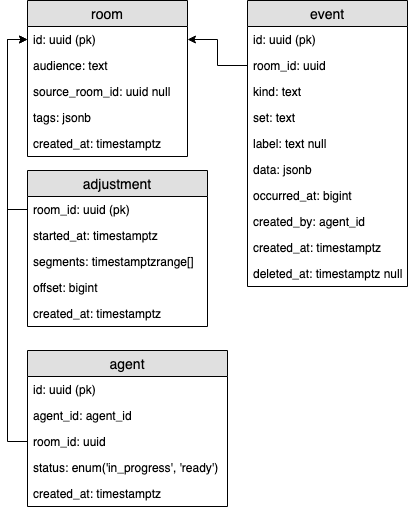
The draw.io diagram docs/src/impl/event.schema.png in foxford/event, before a commit. Source tidied: cells renumbered, new cells last; positions are measured from the earlier drawing's top-left corner, leaving out a move shared by most shapes.
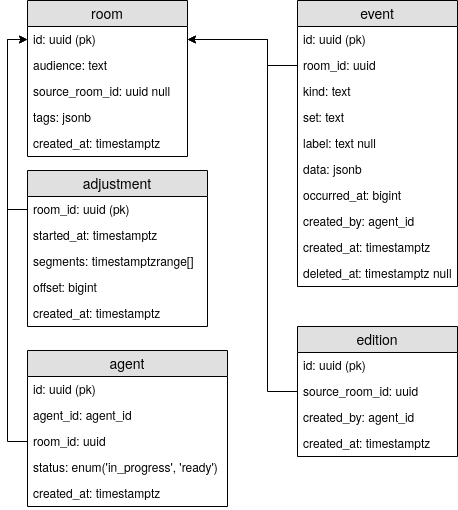
Above is the later version.

Change to the diagram source:
```diff
@@ -57,7 +57,7 @@
       <mxGeometry y="130" width="200" height="26" as="geometry" />
     </mxCell>
     <mxCell id="20" value="event" style="swimlane;fontStyle=0;horizontal=1;startSize=26;fillColor=#e0e0e0;swimlaneFillColor=#ffffff;align=center;fontSize=14;" parent="1" vertex="1">
-      <mxGeometry x="220" width="160" height="286" as="geometry" />
+      <mxGeometry x="270" width="160" height="286" as="geometry" />
     </mxCell>
     <mxCell id="21" value="id: uuid (pk)" style="text;strokeColor=none;fillColor=none;spacingLeft=4;spacingRight=4;overflow=hidden;fontSize=12;" parent="20" vertex="1">
       <mxGeometry y="26" width="160" height="26" as="geometry" />
@@ -96,7 +96,35 @@
       <mxGeometry relative="1" as="geometry" />
     </mxCell>
     <mxCell id="33" style="edgeStyle=orthogonalEdgeStyle;rounded=0;jettySize=auto;html=1;exitX=0;exitY=0.5;exitDx=0;exitDy=0;entryX=1;entryY=0.5;entryDx=0;entryDy=0;" parent="1" edge="1" source="22" target="3">
-      <mxGeometry relative="1" as="geometry" />
+      <mxGeometry relative="1" as="geometry">
+        <Array as="points">
+          <mxPoint x="240" y="65" />
+          <mxPoint x="240" y="39" />
+        </Array>
+      </mxGeometry>
     </mxCell>
+    <mxCell id="34" value="edition" style="swimlane;fontStyle=0;horizontal=1;startSize=26;fillColor=#e0e0e0;swimlaneFillColor=#ffffff;align=center;fontSize=14;" parent="1" vertex="1">
+      <mxGeometry x="270" y="326" width="160" height="130" as="geometry" />
+    </mxCell>
+    <mxCell id="35" value="id: uuid (pk)" style="text;strokeColor=none;fillColor=none;spacingLeft=4;spacingRight=4;overflow=hidden;fontSize=12;" parent="34" vertex="1">
+      <mxGeometry y="26" width="160" height="26" as="geometry" />
+    </mxCell>
+    <mxCell id="36" value="source_room_id: uuid&#10;" style="text;strokeColor=none;fillColor=none;spacingLeft=4;spacingRight=4;overflow=hidden;points=[[0,0.5],[1,0.5]];portConstraint=eastwest;fontSize=12;" parent="34" vertex="1">
+      <mxGeometry y="52" width="160" height="26" as="geometry" />
+    </mxCell>
+    <mxCell id="37" value="created_by: agent_id" style="text;strokeColor=none;fillColor=none;spacingLeft=4;spacingRight=4;overflow=hidden;fontSize=12;" parent="34" vertex="1">
+      <mxGeometry y="78" width="160" height="26" as="geometry" />
+    </mxCell>
+    <mxCell id="38" value="created_at: timestamptz" style="text;strokeColor=none;fillColor=none;spacingLeft=4;spacingRight=4;overflow=hidden;fontSize=12;" parent="34" vertex="1">
+      <mxGeometry y="104" width="160" height="26" as="geometry" />
+    </mxCell>
+    <mxCell id="39" style="edgeStyle=orthogonalEdgeStyle;rounded=0;jettySize=auto;html=1;exitX=0;exitY=0.5;exitDx=0;exitDy=0;" parent="1" edge="1" source="36" target="3">
+      <mxGeometry relative="1" as="geometry">
+        <Array as="points">
+          <mxPoint x="240" y="391" />
+          <mxPoint x="240" y="39" />
+        </Array>
+      </mxGeometry>
+    </mxCell>
   </root>
 </mxGraphModel>
```
